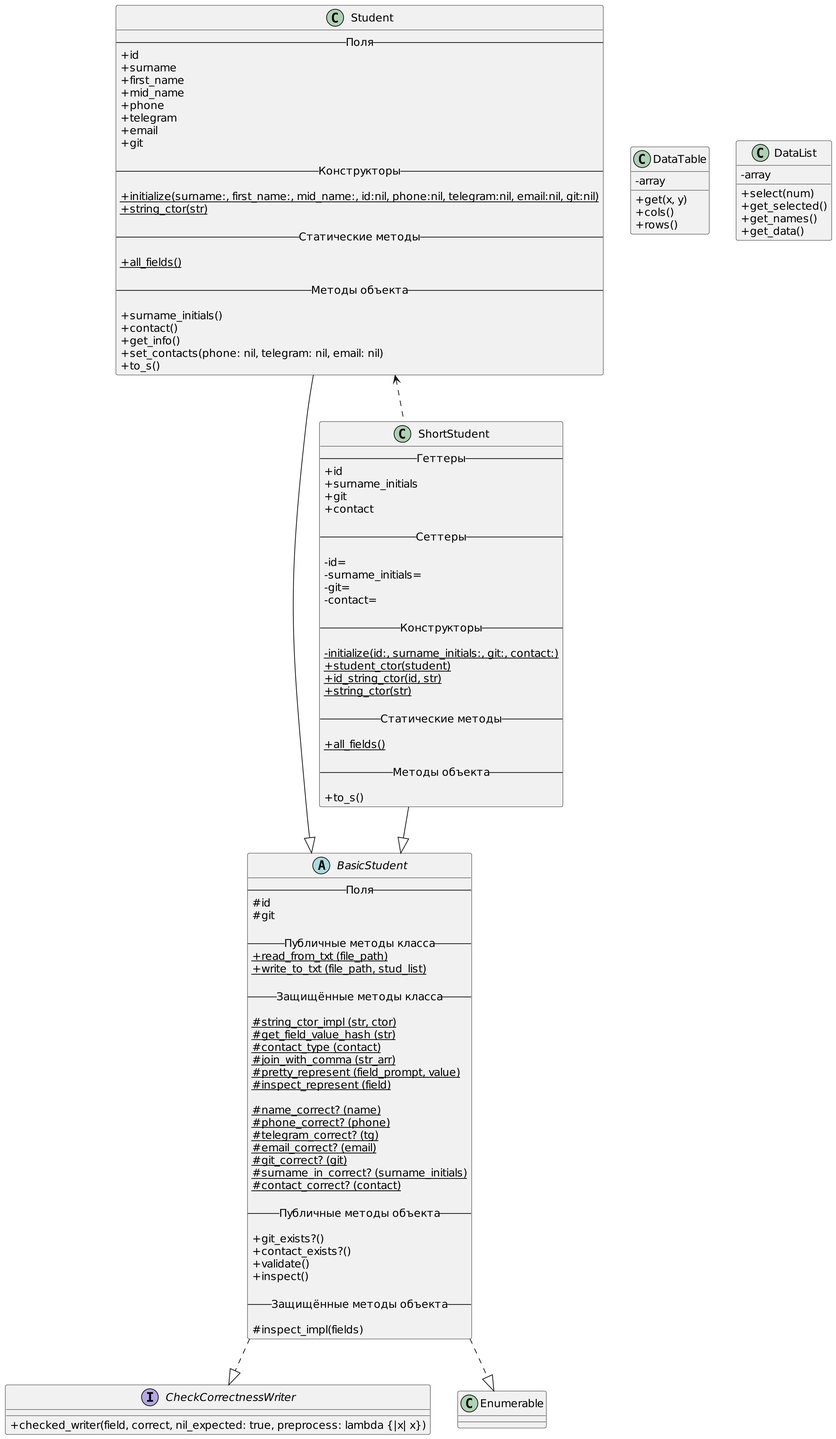
wintttr/OOP keeps this PlantUML diagram as LR2/uml/uml.png. Above is the earlier version.
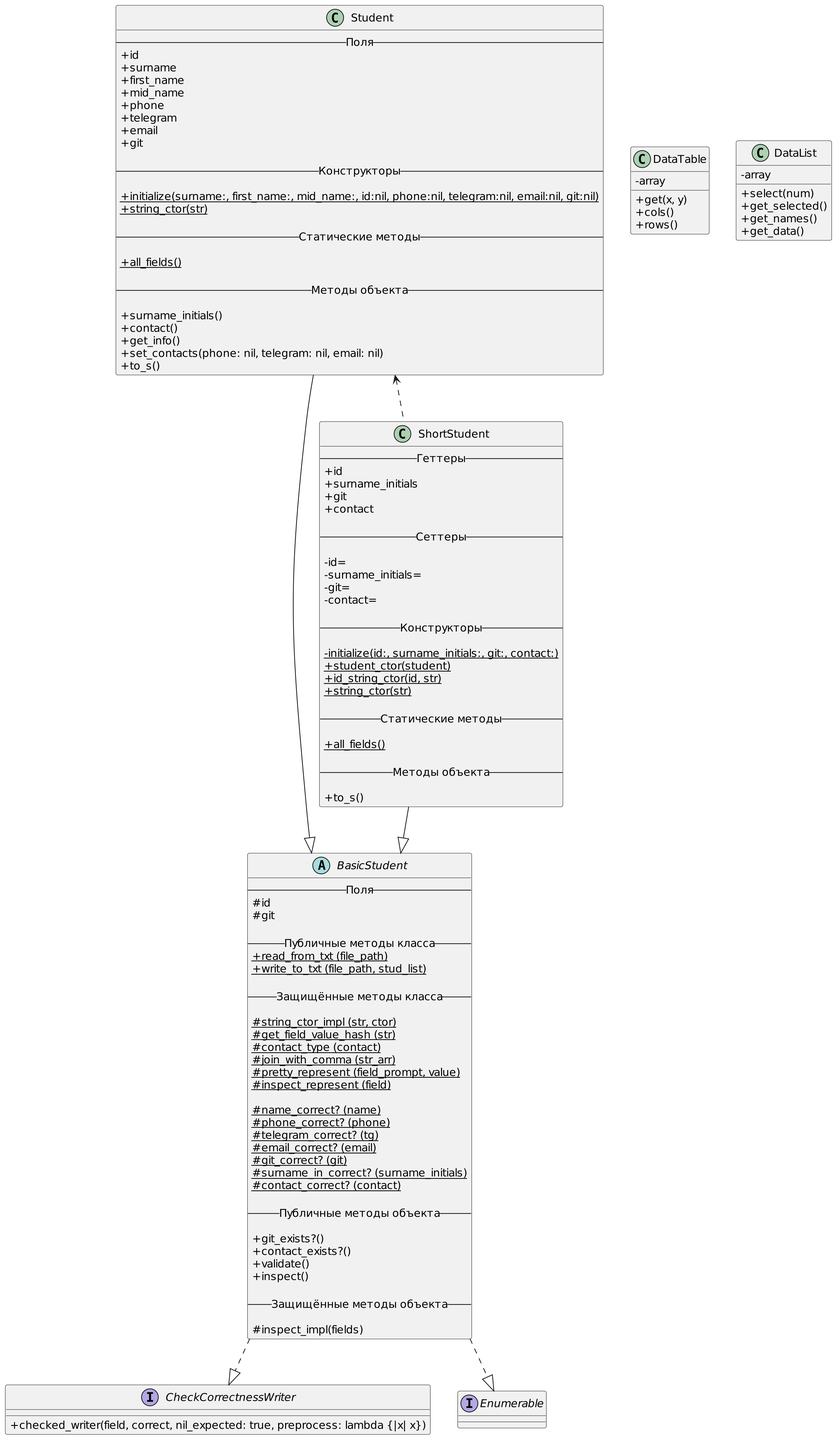
After the change.

What changed in the source:
```diff
@@ -120,6 +120,8 @@
 	{method} + checked_writer(field, correct, nil_expected: true, preprocess: lambda {|x| x})
 }
 
+interface Enumerable {}
+
 
 BasicStudent ..|> CheckCorrectnessWriter
 BasicStudent ..|> Enumerable
```
